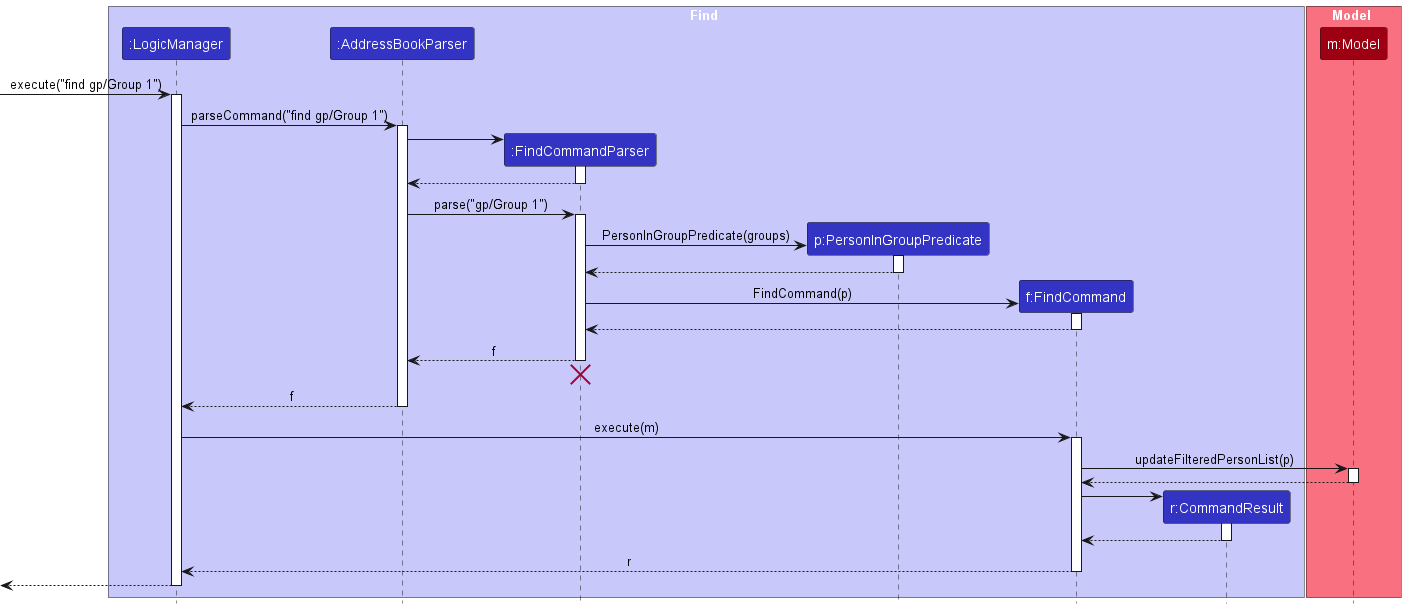
Above: docs/images/FindSequenceDiagram.png in willowisp01/tp (PlantUML), before the change.
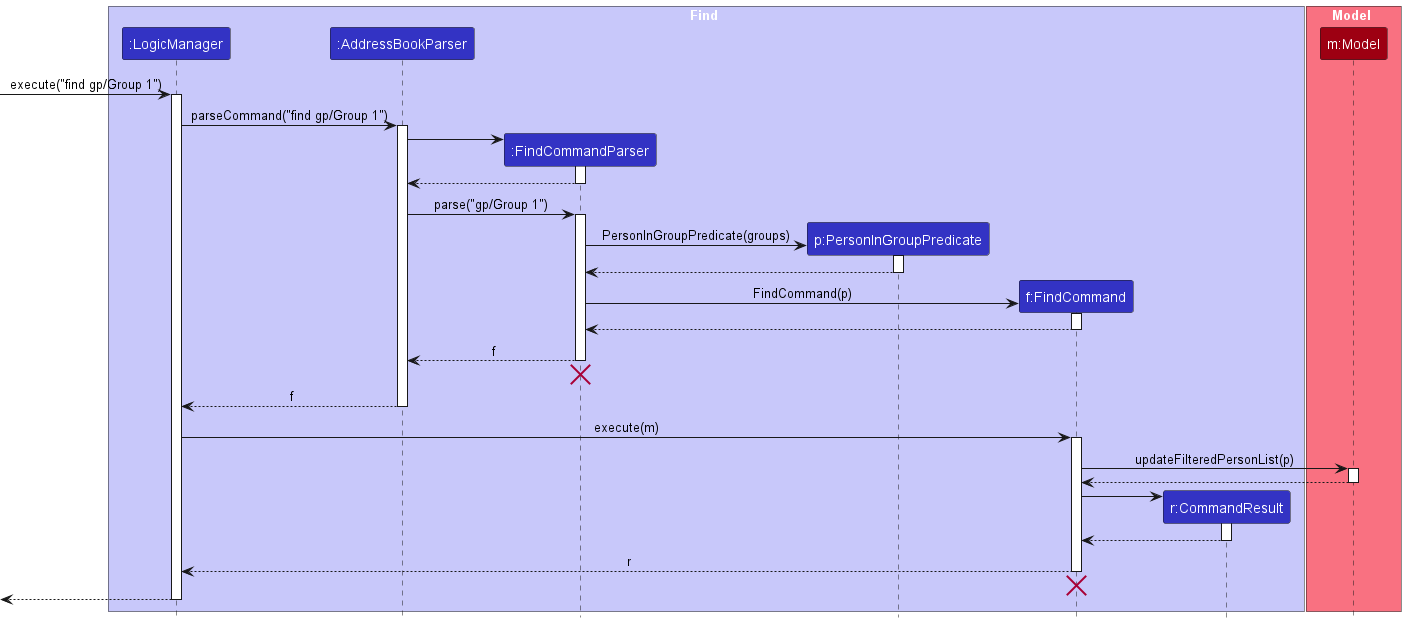
The same diagram one commit later.

The edit, as a diff of the source:
```diff
@@ -71,6 +71,8 @@
 
 FindCommand --> LogicManager : r
 deactivate FindCommand
+FindCommand -[hidden]-> AddressBookParser
+destroy FindCommand
 
 [<--LogicManager
 deactivate LogicManager
```
